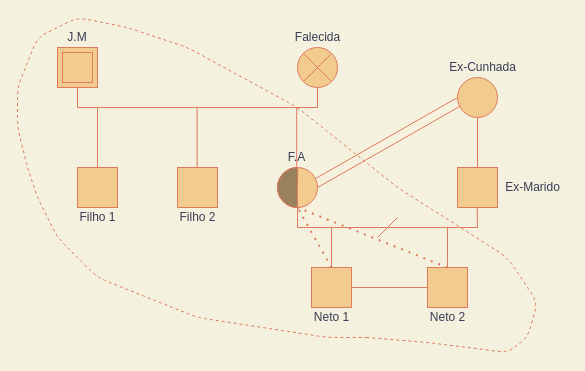
The draw.io diagram Untitled Diagram.drawio in MarcosCastelo/pi2-ifpi, before the edit. Source tidied: cells renumbered, new cells numbered last; positions are measured from the earlier drawing's top-left corner, leaving out a move shared by most shapes. Both pictures are drawn from the tidied source at 100%, with x=0, y=0 at pixel (17, 17).
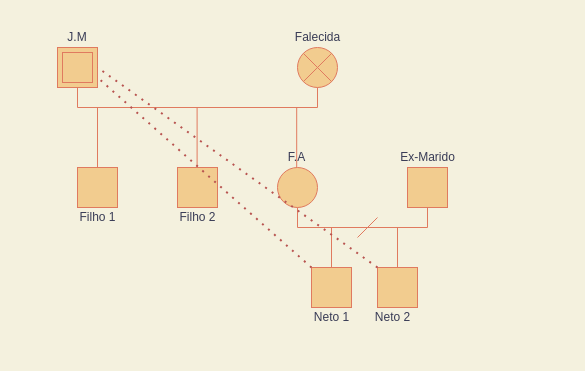
The same diagram, later.

Unchanged cells that the change refers to:
```xml
<mxCell id="4" style="ellipse;whiteSpace=wrap;html=1;fillColor=#F2CC8F;strokeColor=#E07A5F;fontColor=#393C56;" parent="1" vertex="1">
  <mxGeometry x="260" y="150" width="40" height="40" as="geometry" />
</mxCell>
<mxCell id="6" style="rounded=0;whiteSpace=wrap;html=1;fillColor=#F2CC8F;strokeColor=#E07A5F;fontColor=#393C56;" parent="1" vertex="1">
  <mxGeometry x="294" y="250" width="40" height="40" as="geometry" />
</mxCell>
<mxCell id="14" style="rounded=0;whiteSpace=wrap;html=1;fillColor=#F2CC8F;strokeColor=#E07A5F;fontColor=#393C56;" parent="13" vertex="1">
  <mxGeometry width="40" height="40" as="geometry" />
</mxCell>
<mxCell id="23" style="group;fontColor=#393C56;" parent="1" vertex="1">
  <mxGeometry x="320" y="190" width="140" height="30" as="geometry" />
</mxCell>
```

Diff of the diagram source:
```diff
@@
     <mxCell id="5" style="rounded=0;whiteSpace=wrap;html=1;fillColor=#F2CC8F;strokeColor=#E07A5F;fontColor=#393C56;" parent="1" vertex="1">
-      <mxGeometry x="410" y="250" width="40" height="40" as="geometry" />
+      <mxGeometry x="360" y="250" width="40" height="40" as="geometry" />
     </mxCell>
@@
     <mxCell id="7" style="rounded=0;whiteSpace=wrap;html=1;fillColor=#F2CC8F;strokeColor=#E07A5F;fontColor=#393C56;" parent="1" vertex="1">
-      <mxGeometry x="440" y="150" width="40" height="40" as="geometry" />
+      <mxGeometry x="390" y="150" width="40" height="40" as="geometry" />
     </mxCell>
-    <mxCell id="8" style="ellipse;whiteSpace=wrap;html=1;fillColor=#F2CC8F;strokeColor=#E07A5F;fontColor=#393C56;" parent="1" vertex="1">
-      <mxGeometry x="440" y="60" width="40" height="40" as="geometry" />
-    </mxCell>
@@
     <mxCell id="25" style="endArrow=none;html=1;strokeColor=#E07A5F;fontColor=#393C56;labelBackgroundColor=#F4F1DE;" parent="23" edge="1">
       <mxGeometry relative="1" as="geometry">
         <mxPoint x="-40" y="20" as="sourcePoint" />
-        <mxPoint x="140" y="20" as="targetPoint" />
+        <mxPoint x="90" y="20" as="targetPoint" />
       </mxGeometry>
     </mxCell>
-    <mxCell id="26" style="endArrow=none;html=1;entryX=0.5;entryY=1;entryDx=0;entryDy=0;strokeColor=#E07A5F;fontColor=#393C56;labelBackgroundColor=#F4F1DE;" parent="23" edge="1">
+    <mxCell id="26" style="endArrow=none;html=1;entryX=0.5;entryY=1;entryDx=0;entryDy=0;strokeColor=#E07A5F;fontColor=#393C56;labelBackgroundColor=#F4F1DE;" parent="23" edge="1" target="7">
       <mxGeometry relative="1" as="geometry">
-        <mxPoint x="140" y="20" as="sourcePoint" />
-        <mxPoint x="139.7" as="targetPoint" />
+        <mxPoint x="90" y="20" as="sourcePoint" />
       </mxGeometry>
     </mxCell>
     <mxCell id="27" style="endArrow=none;html=1;strokeColor=#E07A5F;fontColor=#393C56;labelBackgroundColor=#F4F1DE;" parent="23" edge="1">
       <mxGeometry relative="1" as="geometry">
-        <mxPoint x="40" y="30" as="sourcePoint" />
-        <mxPoint x="60" y="10" as="targetPoint" />
+        <mxPoint x="20" y="30" as="sourcePoint" />
+        <mxPoint x="40" y="10" as="targetPoint" />
       </mxGeometry>
     </mxCell>
-    <mxCell id="28" style="endArrow=none;html=1;exitX=0.5;exitY=0;exitDx=0;exitDy=0;strokeColor=#E07A5F;fontColor=#393C56;labelBackgroundColor=#F4F1DE;" parent="23" edge="1">
-      <mxGeometry relative="1" as="geometry">
-        <mxPoint x="110" y="60" as="sourcePoint" />
-        <mxPoint x="110" y="20" as="targetPoint" />
-      </mxGeometry>
-    </mxCell>
@@
-    <mxCell id="30" style="endArrow=none;html=1;entryX=0;entryY=0.5;entryDx=0;entryDy=0;strokeColor=#E07A5F;fontColor=#393C56;labelBackgroundColor=#F4F1DE;" parent="1" edge="1" target="5">
-      <mxGeometry relative="1" as="geometry">
-        <mxPoint x="334" y="270" as="sourcePoint" />
-      </mxGeometry>
-    </mxCell>
-    <mxCell id="31" style="endArrow=none;dashed=1;html=1;dashPattern=1 3;strokeWidth=2;entryX=0.5;entryY=1;entryDx=0;entryDy=0;exitX=0.5;exitY=0;exitDx=0;exitDy=0;strokeColor=#E07A5F;fontColor=#393C56;labelBackgroundColor=#F4F1DE;" parent="1" edge="1" source="6" target="4">
-      <mxGeometry relative="1" as="geometry" />
-    </mxCell>
-    <mxCell id="32" style="endArrow=none;dashed=1;html=1;dashPattern=1 3;strokeWidth=2;exitX=0.5;exitY=0;exitDx=0;exitDy=0;strokeColor=#E07A5F;fontColor=#393C56;labelBackgroundColor=#F4F1DE;" parent="1" edge="1" source="5">
-      <mxGeometry relative="1" as="geometry">
-        <mxPoint x="280" y="190" as="targetPoint" />
-      </mxGeometry>
-    </mxCell>
-    <mxCell id="33" style="endArrow=none;html=1;exitX=0.5;exitY=0;exitDx=0;exitDy=0;entryX=0.5;entryY=1;entryDx=0;entryDy=0;strokeColor=#E07A5F;fontColor=#393C56;labelBackgroundColor=#F4F1DE;" parent="1" edge="1" source="7" target="8">
-      <mxGeometry relative="1" as="geometry" />
-    </mxCell>
-    <mxCell id="34" style="verticalLabelPosition=bottom;verticalAlign=top;html=1;shape=mxgraph.basic.pie;startAngle=0.5035361945001575;endAngle=0.0015914963824541276;rotation=0;fillColor=#F2CC8F;strokeColor=#E07A5F;fontColor=#393C56;" parent="1" vertex="1">
-      <mxGeometry x="260" y="150" width="40" height="40" as="geometry" />
-    </mxCell>
-    <mxCell id="35" style="endArrow=none;html=1;entryX=0;entryY=0.5;entryDx=0;entryDy=0;exitX=0.94;exitY=0.282;exitDx=0;exitDy=0;exitPerimeter=0;strokeColor=#E07A5F;fontColor=#393C56;labelBackgroundColor=#F4F1DE;" parent="1" edge="1" source="4" target="8">
-      <mxGeometry relative="1" as="geometry" />
-    </mxCell>
-    <mxCell id="36" style="endArrow=none;html=1;exitX=1;exitY=0.5;exitDx=0;exitDy=0;entryX=0.065;entryY=0.719;entryDx=0;entryDy=0;entryPerimeter=0;strokeColor=#E07A5F;fontColor=#393C56;labelBackgroundColor=#F4F1DE;" parent="1" edge="1" source="4" target="8">
-      <mxGeometry relative="1" as="geometry" />
-    </mxCell>
-    <mxCell id="37" style="endArrow=none;dashed=1;html=1;strokeColor=#E07A5F;fontColor=#393C56;labelBackgroundColor=#F4F1DE;" parent="1" edge="1">
-      <mxGeometry relative="1" as="geometry">
-        <mxPoint x="350" y="320" as="sourcePoint" />
-        <mxPoint x="350" y="320" as="targetPoint" />
-        <Array as="points">
-          <mxPoint x="310" y="320" />
-          <mxPoint x="180" y="300" />
-          <mxPoint x="80" y="260" />
-          <mxPoint x="40" y="220" />
-          <mxPoint x="20" y="180" />
-          <mxPoint x="10" y="150" />
-          <mxPoint y="110" />
-          <mxPoint y="70" />
-          <mxPoint x="20" y="20" />
-          <mxPoint x="60" />
-          <mxPoint x="110" y="10" />
-          <mxPoint x="170" y="30" />
-          <mxPoint x="280" y="90" />
-          <mxPoint x="380" y="170" />
-          <mxPoint x="490" y="240" />
-          <mxPoint x="520" y="285" />
-          <mxPoint x="510" y="320" />
-          <mxPoint x="490" y="335" />
-          <mxPoint x="410" y="325" />
-        </Array>
-      </mxGeometry>
-    </mxCell>
@@
-    <mxCell id="40" value="Ex-Cunhada" style="text;html=1;align=center;verticalAlign=middle;strokeColor=none;fontColor=#393C56;" parent="1" vertex="1">
-      <mxGeometry x="425" y="40" width="80" height="20" as="geometry" />
-    </mxCell>
     <mxCell id="41" value="Ex-Marido" style="text;html=1;align=center;verticalAlign=middle;strokeColor=none;fontColor=#393C56;" parent="1" vertex="1">
-      <mxGeometry x="480" y="160" width="70" height="20" as="geometry" />
+      <mxGeometry x="375" y="130" width="70" height="20" as="geometry" />
     </mxCell>
@@
     <mxCell id="43" value="Neto 2" style="text;html=1;align=center;verticalAlign=middle;strokeColor=none;fontColor=#393C56;" parent="1" vertex="1">
-      <mxGeometry x="405" y="290" width="50" height="20" as="geometry" />
+      <mxGeometry x="350" y="290" width="50" height="20" as="geometry" />
     </mxCell>
@@
-    <mxCell id="47" style="verticalLabelPosition=bottom;verticalAlign=top;html=1;shape=mxgraph.basic.pie;startAngle=0.5;endAngle=0;rounded=0;sketch=0;fontColor=#393C56;strokeColor=#E07A5F;fillColor=#99815E;" parent="1" vertex="1">
-      <mxGeometry x="260" y="150" width="40" height="40" as="geometry" />
-    </mxCell>
+    <mxCell id="28" style="endArrow=none;html=1;exitX=0.5;exitY=0;exitDx=0;exitDy=0;strokeColor=#E07A5F;fontColor=#393C56;labelBackgroundColor=#F4F1DE;" parent="1" edge="1">
+      <mxGeometry relative="1" as="geometry">
+        <mxPoint x="380" y="250" as="sourcePoint" />
+        <mxPoint x="380" y="210" as="targetPoint" />
+      </mxGeometry>
+    </mxCell>
+    <mxCell id="48" style="endArrow=none;dashed=1;html=1;dashPattern=1 3;strokeWidth=2;entryX=1;entryY=0.75;entryDx=0;entryDy=0;exitX=0;exitY=0;exitDx=0;exitDy=0;fillColor=#f8cecc;strokeColor=#b85450;" parent="1" edge="1" source="6" target="14">
+      <mxGeometry relative="1" as="geometry" />
+    </mxCell>
+    <mxCell id="49" style="endArrow=none;dashed=1;html=1;dashPattern=1 3;strokeWidth=2;entryX=1;entryY=0.5;entryDx=0;entryDy=0;exitX=0;exitY=0;exitDx=0;exitDy=0;fillColor=#f8cecc;strokeColor=#b85450;" parent="1" edge="1" source="5" target="14">
+      <mxGeometry relative="1" as="geometry" />
+    </mxCell>
```
